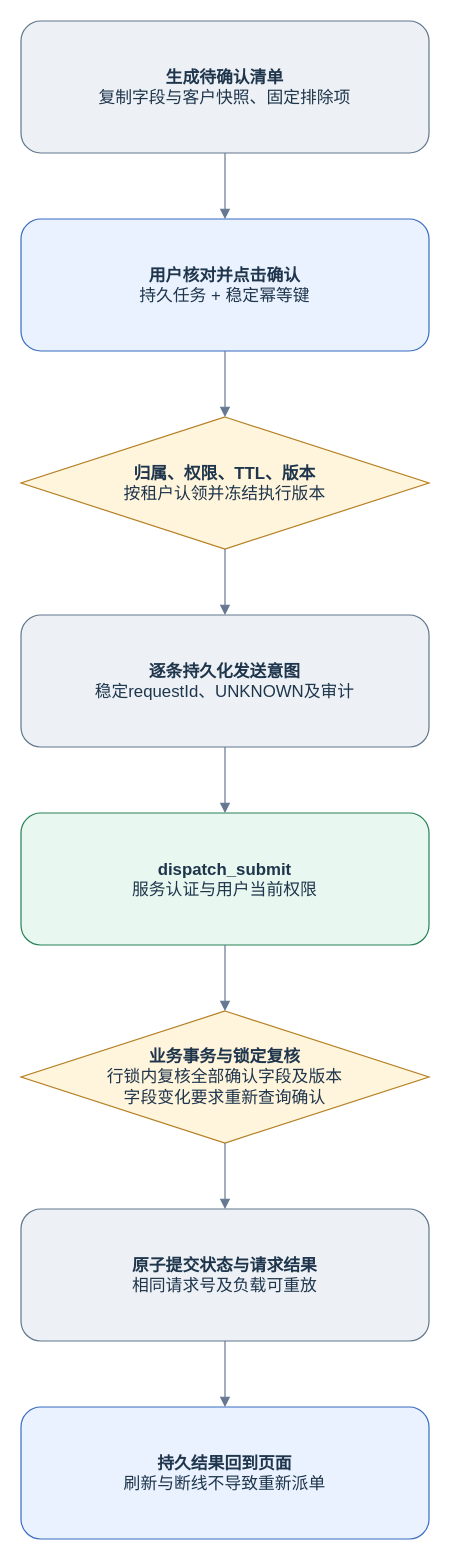
The draw.io diagram page "05 确认与持久执行任务" (5 of 13) of docs/diagrams/demo-final/demo-final.drawio in QSZJAVA/agent_demo, before the edit. Source tidied: cells renumbered, new cells numbered last; positions are measured from the earlier drawing's top-left corner, leaving out a move shared by most shapes. Both pictures are drawn from the tidied source at 120%, with x=0, y=0 at pixel (20, 20).
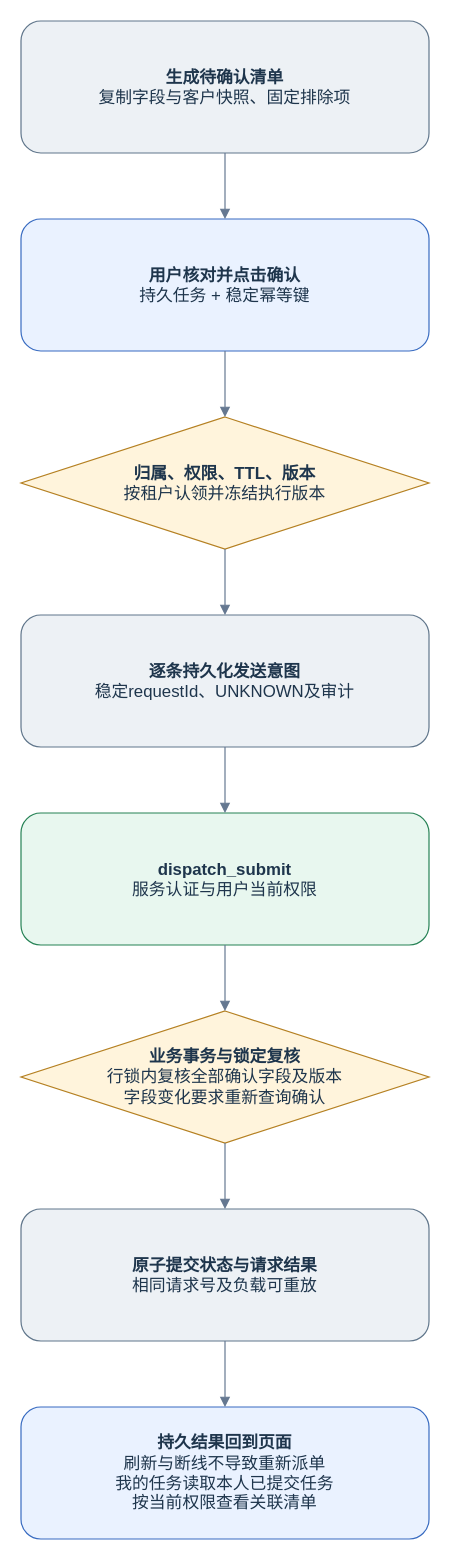
After the change.

Change to the diagram source:
```diff
@@
 <mxGraphModel>
   <root>
     <mxCell id="0" />
     <mxCell id="1" parent="0" />
     <mxCell id="2" value="&lt;b&gt;生成待确认清单&lt;/b&gt;&lt;br&gt;复制字段与客户快照、固定排除项" style="rounded=1;whiteSpace=wrap;html=1;fillColor=#edf1f5;strokeColor=#60768b;fontColor=#1e354c;fontFamily=Microsoft YaHei;fontSize=14;" parent="1" vertex="1">
       <mxGeometry width="340" height="110" as="geometry" />
     </mxCell>
     <mxCell id="3" value="&lt;b&gt;用户核对并点击确认&lt;/b&gt;&lt;br&gt;持久任务 + 稳定幂等键" style="rounded=1;whiteSpace=wrap;html=1;fillColor=#eaf2ff;strokeColor=#386bc1;fontColor=#1e354c;fontFamily=Microsoft YaHei;fontSize=14;" parent="1" vertex="1">
       <mxGeometry y="165" width="340" height="110" as="geometry" />
     </mxCell>
     <mxCell id="4" value="&lt;b&gt;归属、权限、TTL、版本&lt;/b&gt;&lt;br&gt;按租户认领并冻结执行版本" style="rhombus;whiteSpace=wrap;html=1;fillColor=#fff4dc;strokeColor=#b58022;fontColor=#1e354c;fontFamily=Microsoft YaHei;fontSize=14;" parent="1" vertex="1">
       <mxGeometry y="330" width="340" height="110" as="geometry" />
     </mxCell>
     <mxCell id="5" value="&lt;b&gt;逐条持久化发送意图&lt;/b&gt;&lt;br&gt;稳定requestId、UNKNOWN及审计" style="rounded=1;whiteSpace=wrap;html=1;fillColor=#edf1f5;strokeColor=#60768b;fontColor=#1e354c;fontFamily=Microsoft YaHei;fontSize=14;" parent="1" vertex="1">
       <mxGeometry y="495" width="340" height="110" as="geometry" />
     </mxCell>
     <mxCell id="6" value="&lt;b&gt;dispatch_submit&lt;/b&gt;&lt;br&gt;服务认证与用户当前权限" style="rounded=1;whiteSpace=wrap;html=1;fillColor=#e8f7ef;strokeColor=#268255;fontColor=#1e354c;fontFamily=Microsoft YaHei;fontSize=14;" parent="1" vertex="1">
       <mxGeometry y="660" width="340" height="110" as="geometry" />
     </mxCell>
     <mxCell id="7" value="&lt;b&gt;业务事务与锁定复核&lt;/b&gt;&lt;br&gt;行锁内复核全部确认字段及版本&lt;br&gt;字段变化要求重新查询确认" style="rhombus;whiteSpace=wrap;html=1;fillColor=#fff4dc;strokeColor=#b58022;fontColor=#1e354c;fontFamily=Microsoft YaHei;fontSize=14;" parent="1" vertex="1">
       <mxGeometry y="825" width="340" height="110" as="geometry" />
     </mxCell>
     <mxCell id="8" value="&lt;b&gt;原子提交状态与请求结果&lt;/b&gt;&lt;br&gt;相同请求号及负载可重放" style="rounded=1;whiteSpace=wrap;html=1;fillColor=#edf1f5;strokeColor=#60768b;fontColor=#1e354c;fontFamily=Microsoft YaHei;fontSize=14;" parent="1" vertex="1">
       <mxGeometry y="990" width="340" height="110" as="geometry" />
     </mxCell>
-    <mxCell id="9" value="&lt;b&gt;持久结果回到页面&lt;/b&gt;&lt;br&gt;刷新与断线不导致重新派单" style="rounded=1;whiteSpace=wrap;html=1;fillColor=#eaf2ff;strokeColor=#386bc1;fontColor=#1e354c;fontFamily=Microsoft YaHei;fontSize=14;" parent="1" vertex="1">
+    <mxCell id="9" value="&lt;b&gt;持久结果回到页面&lt;/b&gt;&lt;br&gt;刷新与断线不导致重新派单&lt;br&gt;我的任务读取本人已提交任务&lt;br&gt;按当前权限查看关联清单" style="rounded=1;whiteSpace=wrap;html=1;fillColor=#eaf2ff;strokeColor=#386bc1;fontColor=#1e354c;fontFamily=Microsoft YaHei;fontSize=14;" parent="1" vertex="1">
       <mxGeometry y="1155" width="340" height="110" as="geometry" />
     </mxCell>
     <mxCell id="10" style="edgeStyle=orthogonalEdgeStyle;rounded=0;html=1;endArrow=block;endFill=1;strokeColor=#657891;fontFamily=Microsoft YaHei;fontSize=12;" parent="1" edge="1" source="2" target="3">
       <mxGeometry relative="1" as="geometry" />
     </mxCell>
     <mxCell id="11" style="edgeStyle=orthogonalEdgeStyle;rounded=0;html=1;endArrow=block;endFill=1;strokeColor=#657891;fontFamily=Microsoft YaHei;fontSize=12;" parent="1" edge="1" source="3" target="4">
       <mxGeometry relative="1" as="geometry" />
     </mxCell>
     <mxCell id="12" style="edgeStyle=orthogonalEdgeStyle;rounded=0;html=1;endArrow=block;endFill=1;strokeColor=#657891;fontFamily=Microsoft YaHei;fontSize=12;" parent="1" edge="1" source="4" target="5">
       <mxGeometry relative="1" as="geometry" />
     </mxCell>
     <mxCell id="13" style="edgeStyle=orthogonalEdgeStyle;rounded=0;html=1;endArrow=block;endFill=1;strokeColor=#657891;fontFamily=Microsoft YaHei;fontSize=12;" parent="1" edge="1" source="5" target="6">
       <mxGeometry relative="1" as="geometry" />
     </mxCell>
     <mxCell id="14" style="edgeStyle=orthogonalEdgeStyle;rounded=0;html=1;endArrow=block;endFill=1;strokeColor=#657891;fontFamily=Microsoft YaHei;fontSize=12;" parent="1" edge="1" source="6" target="7">
       <mxGeometry relative="1" as="geometry" />
     </mxCell>
     <mxCell id="15" style="edgeStyle=orthogonalEdgeStyle;rounded=0;html=1;endArrow=block;endFill=1;strokeColor=#657891;fontFamily=Microsoft YaHei;fontSize=12;" parent="1" edge="1" source="7" target="8">
       <mxGeometry relative="1" as="geometry" />
     </mxCell>
     <mxCell id="16" style="edgeStyle=orthogonalEdgeStyle;rounded=0;html=1;endArrow=block;endFill=1;strokeColor=#657891;fontFamily=Microsoft YaHei;fontSize=12;" parent="1" edge="1" source="8" target="9">
       <mxGeometry relative="1" as="geometry" />
     </mxCell>
   </root>
 </mxGraphModel>
```
